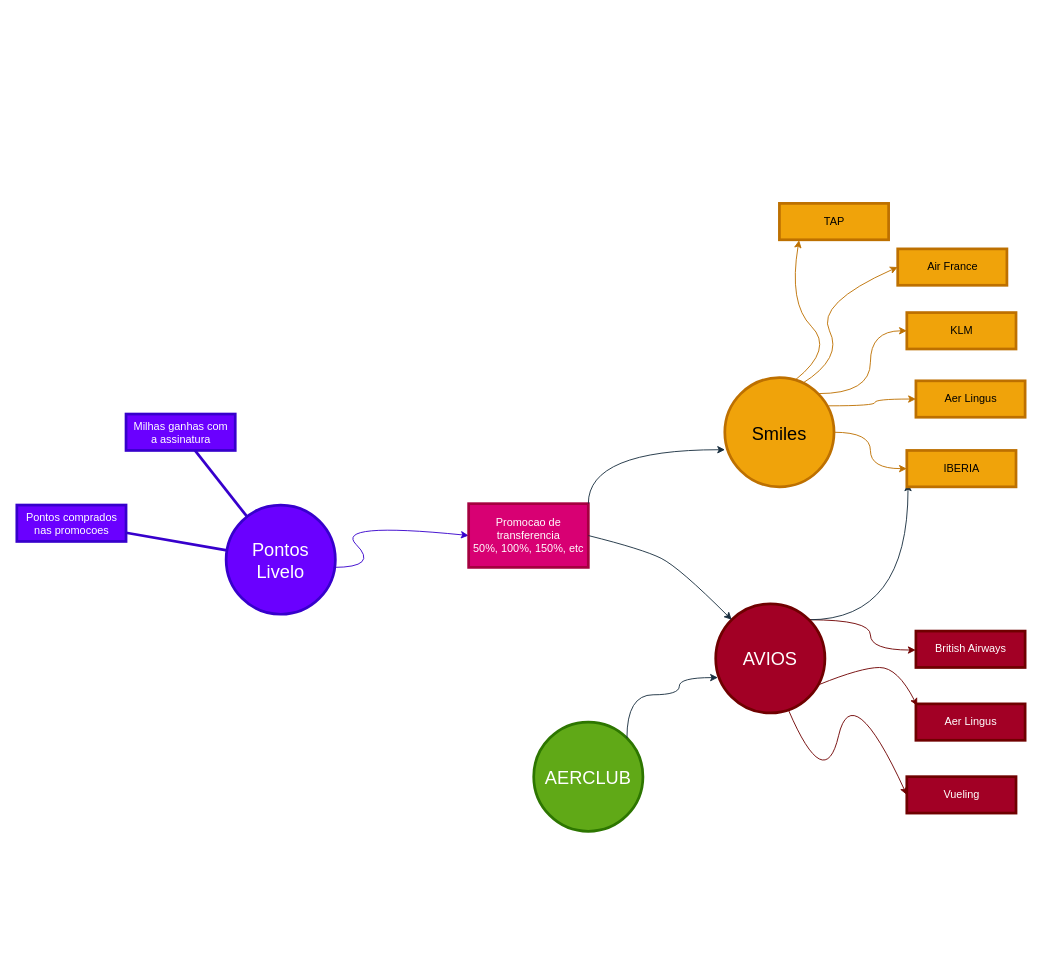
Before: page "Page-2" (2 of 3) of Untitled Diagram.drawio in brunotw/draw.io, a draw.io diagram. Source tidied: cells renumbered, new cells numbered last; positions are measured from the earlier drawing's top-left corner, leaving out a move shared by most shapes. Both pictures are drawn from the tidied source at 91%, with x=0, y=0 at pixel (16, 203).
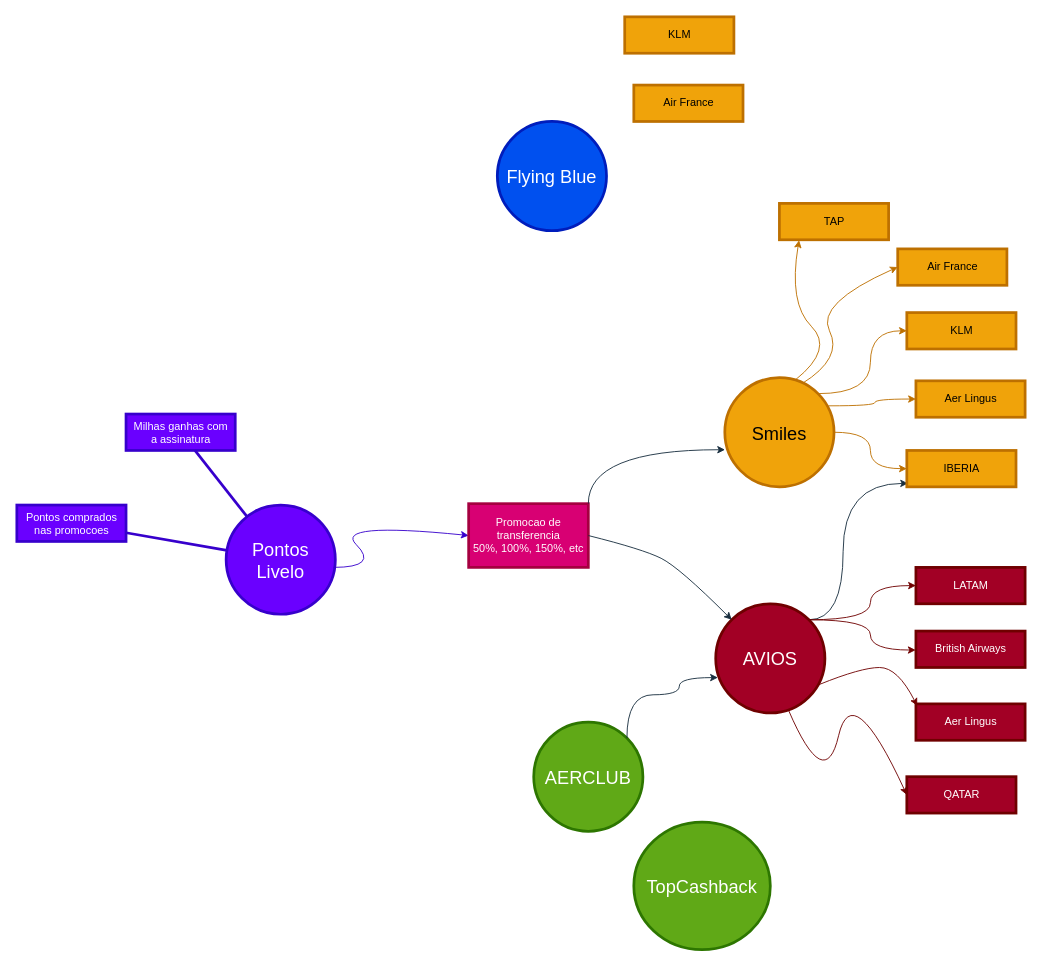
The same diagram, later.

Unchanged cells that the change refers to:
```xml
<mxCell id="13" value="AVIOS" style="ellipse;whiteSpace=wrap;html=1;shadow=0;fontFamily=Helvetica;fontSize=20;align=center;strokeWidth=3;fillColor=#a20025;strokeColor=#6F0000;rounded=0;labelBackgroundColor=none;fontColor=#ffffff;" parent="1" vertex="1">
  <mxGeometry x="768" y="440" width="120" height="120" as="geometry" />
</mxCell>
<mxCell id="18" value="IBERIA" style="rounded=0;fillColor=#f0a30a;strokeColor=#BD7000;strokeWidth=3;shadow=0;html=1;fontColor=#000000;labelBackgroundColor=none;" parent="1" vertex="1">
  <mxGeometry x="978" y="271.5" width="120" height="40" as="geometry" />
</mxCell>
```

Change to the diagram source:
```diff
@@
     <mxCell id="12" style="edgeStyle=orthogonalEdgeStyle;rounded=0;jettySize=auto;html=1;exitX=1;exitY=0;exitDx=0;exitDy=0;entryX=0.011;entryY=0.905;entryDx=0;entryDy=0;entryPerimeter=0;curved=1;labelBackgroundColor=none;strokeColor=#182E3E;fontColor=default;" parent="1" edge="1" source="13" target="18">
-      <mxGeometry relative="1" as="geometry" />
+      <mxGeometry relative="1" as="geometry">
+        <Array as="points">
+          <mxPoint x="908" y="458" />
+          <mxPoint x="908" y="308" />
+        </Array>
+      </mxGeometry>
     </mxCell>
@@
-    <mxCell id="22" value="Vueling" style="rounded=0;fillColor=#a20025;strokeColor=#6F0000;strokeWidth=3;shadow=0;html=1;fontColor=#ffffff;labelBackgroundColor=none;" parent="1" vertex="1">
+    <mxCell id="22" value="QATAR" style="rounded=0;fillColor=#a20025;strokeColor=#6F0000;strokeWidth=3;shadow=0;html=1;fontColor=#ffffff;labelBackgroundColor=none;" parent="1" vertex="1">
       <mxGeometry x="978" y="630" width="120" height="40" as="geometry" />
     </mxCell>
@@
+    <mxCell id="32" value="Flying Blue" style="ellipse;whiteSpace=wrap;html=1;shadow=0;fontFamily=Helvetica;fontSize=20;align=center;strokeWidth=3;fillColor=#0050ef;strokeColor=#001DBC;rounded=0;labelBackgroundColor=none;fontColor=#ffffff;" parent="1" vertex="1">
+      <mxGeometry x="528" y="-90" width="120" height="120" as="geometry" />
+    </mxCell>
+    <mxCell id="33" value="Air France" style="rounded=0;fillColor=#f0a30a;strokeColor=#BD7000;strokeWidth=3;shadow=0;html=1;fontColor=#000000;labelBackgroundColor=none;" parent="1" vertex="1">
+      <mxGeometry x="678" y="-130" width="120" height="40" as="geometry" />
+    </mxCell>
+    <mxCell id="34" value="KLM" style="rounded=0;fillColor=#f0a30a;strokeColor=#BD7000;strokeWidth=3;shadow=0;html=1;fontColor=#000000;labelBackgroundColor=none;" parent="1" vertex="1">
+      <mxGeometry x="668" y="-205" width="120" height="40" as="geometry" />
+    </mxCell>
+    <mxCell id="35" value="TopCashback" style="ellipse;whiteSpace=wrap;html=1;shadow=0;fontFamily=Helvetica;fontSize=20;align=center;strokeWidth=3;fillColor=#60a917;strokeColor=#2D7600;fontColor=#ffffff;rounded=0;labelBackgroundColor=none;" parent="1" vertex="1">
+      <mxGeometry x="678" y="680" width="150" height="140" as="geometry" />
+    </mxCell>
+    <mxCell id="36" value="LATAM" style="rounded=0;fillColor=#a20025;strokeColor=#6F0000;strokeWidth=3;shadow=0;html=1;fontColor=#ffffff;labelBackgroundColor=none;" parent="1" vertex="1">
+      <mxGeometry x="988" y="400" width="120" height="40" as="geometry" />
+    </mxCell>
+    <mxCell id="37" style="edgeStyle=orthogonalEdgeStyle;rounded=0;jettySize=auto;html=1;exitX=1;exitY=0;exitDx=0;exitDy=0;curved=1;entryX=0;entryY=0.5;entryDx=0;entryDy=0;labelBackgroundColor=none;strokeColor=#6F0000;fontColor=default;fillColor=#a20025;" parent="1" edge="1" source="13" target="36">
+      <mxGeometry relative="1" as="geometry" />
+    </mxCell>
```
